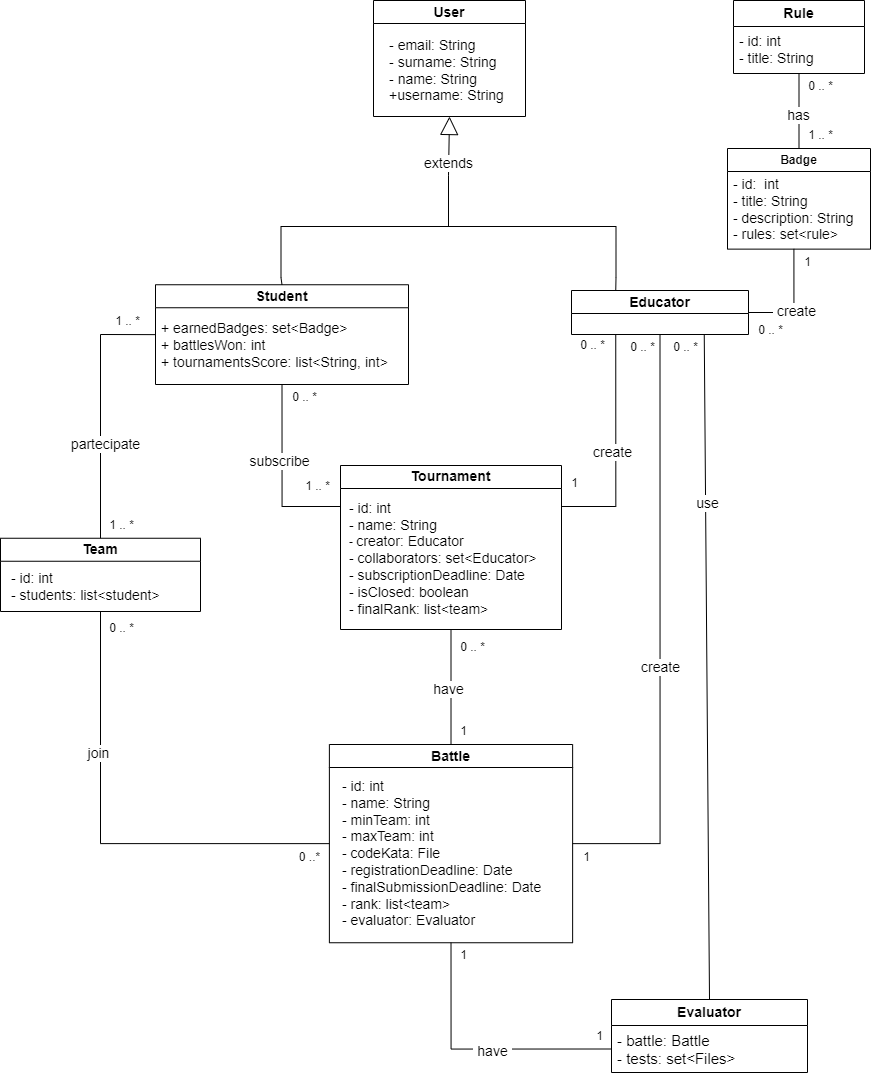
Before: RASD/images/class_diagram.png, a diagram exported from draw.io (mttcrn/software-engineering-II-project). Source tidied: cells renumbered, new cells last; positions are measured from the earlier drawing's top-left corner, leaving out a move shared by most shapes.
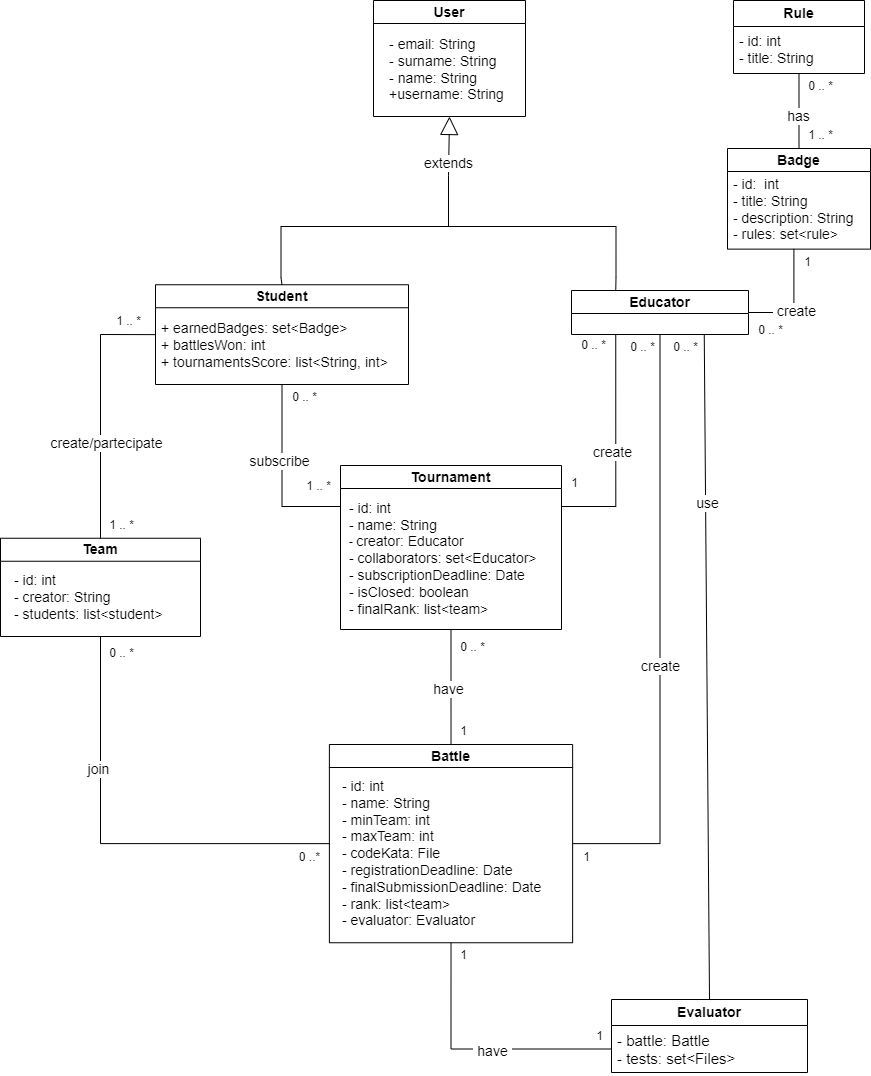
After the change.

Diff of the diagram source:
```diff
@@ -6,7 +6,7 @@
       <mxGeometry x="373" width="152" height="116" as="geometry" />
     </mxCell>
     <mxCell id="3" value="&lt;div style=&quot;text-align: left;&quot;&gt;&lt;span style=&quot;font-size: 14px; background-color: initial;&quot;&gt;- email: String&amp;nbsp;&lt;/span&gt;&lt;/div&gt;&lt;font style=&quot;font-size: 14px;&quot;&gt;&lt;div style=&quot;text-align: left;&quot;&gt;&lt;span style=&quot;background-color: initial;&quot;&gt;- surname: String&lt;/span&gt;&lt;/div&gt;&lt;div style=&quot;text-align: left;&quot;&gt;&lt;span style=&quot;background-color: initial;&quot;&gt;- name: String&lt;/span&gt;&lt;/div&gt;&lt;div style=&quot;text-align: left;&quot;&gt;&lt;span style=&quot;background-color: initial;&quot;&gt;+username: String&lt;/span&gt;&lt;/div&gt;&lt;/font&gt;" style="text;html=1;align=center;verticalAlign=middle;strokeColor=none;fillColor=none;rounded=0;labelBackgroundColor=none;" parent="2" vertex="1">
-      <mxGeometry x="6" y="31" width="133" height="79" as="geometry" />
+      <mxGeometry x="6" y="29" width="133" height="79" as="geometry" />
     </mxCell>
     <mxCell id="4" value="&lt;font style=&quot;font-size: 14px;&quot;&gt;Student&lt;/font&gt;" style="swimlane;whiteSpace=wrap;html=1;rounded=0;labelBackgroundColor=none;" parent="1" vertex="1">
       <mxGeometry x="155" y="284.2" width="253" height="99.8" as="geometry" />
@@ -67,10 +67,10 @@
       <mxGeometry x="450" y="718" width="25" height="26" as="geometry" />
     </mxCell>
     <mxCell id="22" value="&lt;font style=&quot;font-size: 14px;&quot;&gt;Team&lt;/font&gt;" style="swimlane;whiteSpace=wrap;html=1;startSize=23;rounded=0;labelBackgroundColor=none;" parent="1" vertex="1">
-      <mxGeometry y="537.8" width="200" height="73.2" as="geometry" />
+      <mxGeometry y="537.8" width="200" height="98.2" as="geometry" />
     </mxCell>
-    <mxCell id="23" value="&lt;font style=&quot;font-size: 14px;&quot;&gt;- id: int&lt;br&gt;- students: list&amp;lt;student&amp;gt;&lt;/font&gt;" style="text;html=1;align=left;verticalAlign=middle;strokeColor=none;fillColor=none;rounded=0;labelBackgroundColor=none;" parent="22" vertex="1">
-      <mxGeometry x="9" y="25.2" width="167" height="46" as="geometry" />
+    <mxCell id="23" value="&lt;font style=&quot;font-size: 14px;&quot;&gt;- id: int&lt;br&gt;- creator: String&lt;br&gt;- students: list&amp;lt;student&amp;gt;&lt;/font&gt;" style="text;html=1;align=left;verticalAlign=middle;strokeColor=none;fillColor=none;rounded=0;labelBackgroundColor=none;" parent="22" vertex="1">
+      <mxGeometry x="12" y="28.2" width="167" height="62" as="geometry" />
     </mxCell>
     <mxCell id="24" style="endArrow=none;html=1;rounded=0;entryX=0;entryY=0.5;entryDx=0;entryDy=0;exitX=0.5;exitY=0;exitDx=0;exitDy=0;labelBackgroundColor=none;fontColor=default;" parent="1" edge="1" source="22" target="4">
       <mxGeometry relative="1" as="geometry">
@@ -79,8 +79,10 @@
         </Array>
       </mxGeometry>
     </mxCell>
-    <mxCell id="25" value="partecipate" style="edgeLabel;html=1;align=center;verticalAlign=middle;fontSize=14;rounded=0;labelBackgroundColor=default;" parent="24" vertex="1">
-      <mxGeometry x="-0.27" y="-4" relative="1" as="geometry" />
+    <mxCell id="25" value="create/partecipate" style="edgeLabel;html=1;align=center;verticalAlign=middle;fontSize=14;rounded=0;labelBackgroundColor=default;" parent="24" vertex="1">
+      <mxGeometry x="-0.27" y="-4" relative="1" as="geometry">
+        <mxPoint x="1" as="offset" />
+      </mxGeometry>
     </mxCell>
     <mxCell id="26" value="1 .. *" style="text;html=1;align=center;verticalAlign=middle;strokeColor=none;fillColor=none;rounded=0;labelBackgroundColor=none;" parent="1" vertex="1">
       <mxGeometry x="106" y="308" width="43" height="26" as="geometry" />
@@ -100,7 +102,7 @@
     <mxCell id="31" value="&amp;nbsp;create&amp;nbsp;" style="edgeLabel;html=1;align=center;verticalAlign=middle;fontSize=14;" parent="30" vertex="1">
       <mxGeometry x="0.14" y="2" relative="1" as="geometry" />
     </mxCell>
-    <mxCell id="32" value="Badge" style="swimlane;whiteSpace=wrap;html=1;rounded=0;labelBackgroundColor=none;" parent="1" vertex="1">
+    <mxCell id="32" value="&lt;font style=&quot;font-size: 14px;&quot;&gt;Badge&lt;/font&gt;" style="swimlane;whiteSpace=wrap;html=1;rounded=0;labelBackgroundColor=none;" parent="1" vertex="1">
       <mxGeometry x="727" y="148" width="143" height="100.6" as="geometry" />
     </mxCell>
     <mxCell id="33" value="&lt;font style=&quot;font-size: 14px;&quot;&gt;- id:&amp;nbsp; int&lt;br&gt;- title: String&lt;br&gt;- description: String&lt;br&gt;- rules: set&amp;lt;rule&amp;gt;&lt;br&gt;&lt;/font&gt;" style="text;html=1;align=left;verticalAlign=middle;points=[];strokeColor=none;fillColor=none;rounded=0;labelBackgroundColor=none;" parent="32" vertex="1">
@@ -143,7 +145,7 @@
       <mxGeometry x="620" y="334" width="43" height="26" as="geometry" />
     </mxCell>
     <mxCell id="46" value="0 .. *" style="text;html=1;align=center;verticalAlign=middle;strokeColor=none;fillColor=none;rounded=0;labelBackgroundColor=none;" parent="1" vertex="1">
-      <mxGeometry x="99" y="615" width="43" height="26" as="geometry" />
+      <mxGeometry x="99" y="640" width="43" height="26" as="geometry" />
     </mxCell>
     <mxCell id="47" style="rounded=0;jettySize=auto;html=1;exitX=0.5;exitY=0;exitDx=0;exitDy=0;entryX=0.75;entryY=1;entryDx=0;entryDy=0;endArrow=none;endFill=0;" parent="1" edge="1" source="49" target="6">
       <mxGeometry relative="1" as="geometry" />
```
